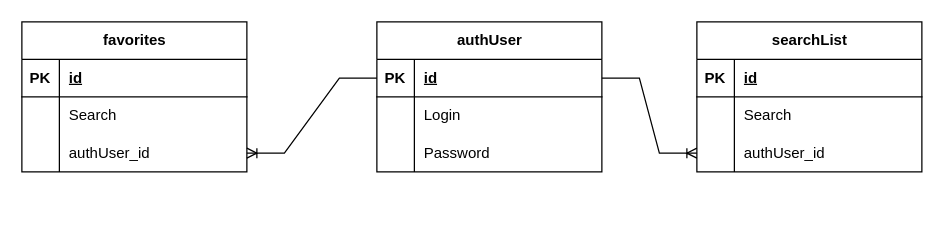
Earlier version of the draw.io diagram Diagram/diagram.drawio (EduardFromPol/YouTube_spa_api). Source tidied: cells renumbered, new cells numbered last; positions are measured from the earlier drawing's top-left corner, leaving out a move shared by most shapes. Both pictures are drawn from the tidied source at 125%, with x=0, y=0 at pixel (21, 21).
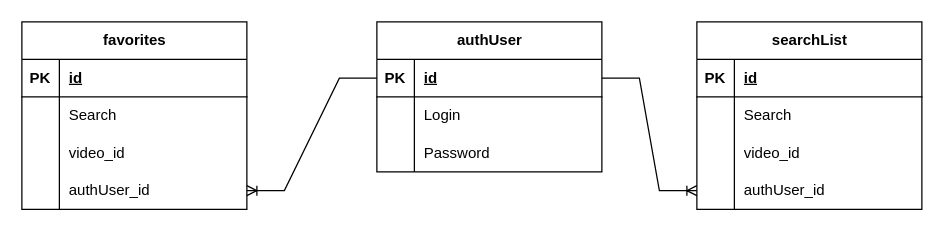
The same diagram, later.

The change refers to these unchanged cells:
```xml
<mxCell id="3" style="shape=tableRow;horizontal=0;startSize=0;swimlaneHead=0;swimlaneBody=0;fillColor=none;points=[[0,0.5],[1,0.5]];portConstraint=eastwest;top=0;left=0;right=0;bottom=1;" parent="2" vertex="1">
  <mxGeometry y="30" width="180" height="30" as="geometry" />
</mxCell>
<mxCell id="19" style="shape=tableRow;horizontal=0;startSize=0;swimlaneHead=0;swimlaneBody=0;fillColor=none;points=[[0,0.5],[1,0.5]];portConstraint=eastwest;top=0;left=0;right=0;bottom=0;" parent="12" vertex="1">
  <mxGeometry y="90" width="180" height="30" as="geometry" />
</mxCell>
<mxCell id="29" style="shape=tableRow;horizontal=0;startSize=0;swimlaneHead=0;swimlaneBody=0;fillColor=none;points=[[0,0.5],[1,0.5]];portConstraint=eastwest;top=0;left=0;right=0;bottom=0;" parent="22" vertex="1">
  <mxGeometry y="90" width="180" height="30" as="geometry" />
</mxCell>
```

Diff of the diagram source:
```diff
@@
     <mxCell id="12" value="searchList" style="shape=table;startSize=30;childLayout=tableLayout;rowLines=0;fontStyle=1;align=center;html=1;" parent="1" vertex="1">
-      <mxGeometry x="540" width="180" height="120" as="geometry" />
+      <mxGeometry x="540" width="180" height="150" as="geometry" />
     </mxCell>
@@
-    <mxCell id="21" value="authUser_id" style="shape=partialRectangle;fillColor=none;top=0;left=0;bottom=0;right=0;align=left;spacingLeft=6;overflow=hidden;whiteSpace=wrap;html=1;" parent="19" vertex="1">
+    <mxCell id="21" value="video_id" style="shape=partialRectangle;fillColor=none;top=0;left=0;bottom=0;right=0;align=left;spacingLeft=6;overflow=hidden;whiteSpace=wrap;html=1;" parent="19" vertex="1">
       <mxGeometry x="30" width="150" height="30" as="geometry" />
     </mxCell>
+    <mxCell id="34" style="shape=tableRow;horizontal=0;startSize=0;swimlaneHead=0;swimlaneBody=0;fillColor=none;points=[[0,0.5],[1,0.5]];portConstraint=eastwest;top=0;left=0;right=0;bottom=0;" parent="12" vertex="1">
+      <mxGeometry y="120" width="180" height="30" as="geometry" />
+    </mxCell>
+    <mxCell id="35" style="shape=partialRectangle;fillColor=none;top=0;left=0;bottom=0;right=0;overflow=hidden;whiteSpace=wrap;html=1;" parent="34" vertex="1">
+      <mxGeometry width="30" height="30" as="geometry" />
+    </mxCell>
+    <mxCell id="36" value="authUser_id" style="shape=partialRectangle;fillColor=none;top=0;left=0;bottom=0;right=0;align=left;spacingLeft=6;overflow=hidden;whiteSpace=wrap;html=1;" parent="34" vertex="1">
+      <mxGeometry x="30" width="150" height="30" as="geometry" />
+    </mxCell>
     <mxCell id="22" value="favorites" style="shape=table;startSize=30;childLayout=tableLayout;rowLines=0;fontStyle=1;align=center;html=1;" parent="1" vertex="1">
-      <mxGeometry width="180" height="120" as="geometry" />
+      <mxGeometry width="180" height="150" as="geometry" />
     </mxCell>
@@
-    <mxCell id="31" value="authUser_id" style="shape=partialRectangle;fillColor=none;top=0;left=0;bottom=0;right=0;align=left;spacingLeft=6;overflow=hidden;whiteSpace=wrap;html=1;" parent="29" vertex="1">
+    <mxCell id="31" value="video_id" style="shape=partialRectangle;fillColor=none;top=0;left=0;bottom=0;right=0;align=left;spacingLeft=6;overflow=hidden;whiteSpace=wrap;html=1;" parent="29" vertex="1">
       <mxGeometry x="30" width="150" height="30" as="geometry" />
     </mxCell>
+    <mxCell id="37" style="shape=tableRow;horizontal=0;startSize=0;swimlaneHead=0;swimlaneBody=0;fillColor=none;points=[[0,0.5],[1,0.5]];portConstraint=eastwest;top=0;left=0;right=0;bottom=0;" parent="22" vertex="1">
+      <mxGeometry y="120" width="180" height="30" as="geometry" />
+    </mxCell>
+    <mxCell id="38" style="shape=partialRectangle;fillColor=none;top=0;left=0;bottom=0;right=0;overflow=hidden;whiteSpace=wrap;html=1;" parent="37" vertex="1">
+      <mxGeometry width="30" height="30" as="geometry" />
+    </mxCell>
+    <mxCell id="39" value="authUser_id" style="shape=partialRectangle;fillColor=none;top=0;left=0;bottom=0;right=0;align=left;spacingLeft=6;overflow=hidden;whiteSpace=wrap;html=1;" parent="37" vertex="1">
+      <mxGeometry x="30" width="150" height="30" as="geometry" />
+    </mxCell>
-    <mxCell id="32" style="edgeStyle=entityRelationEdgeStyle;fontSize=12;html=1;endArrow=ERoneToMany;rounded=0;exitX=0;exitY=0.5;exitDx=0;exitDy=0;entryX=1;entryY=0.5;entryDx=0;entryDy=0;" parent="1" edge="1" source="3" target="29">
+    <mxCell id="32" style="edgeStyle=entityRelationEdgeStyle;fontSize=12;html=1;endArrow=ERoneToMany;rounded=0;exitX=0;exitY=0.5;exitDx=0;exitDy=0;" parent="1" edge="1" source="3" target="37">
       <mxGeometry relative="1" as="geometry" />
     </mxCell>
-    <mxCell id="33" style="edgeStyle=entityRelationEdgeStyle;fontSize=12;html=1;endArrow=ERoneToMany;rounded=0;" parent="1" edge="1" source="3" target="19">
+    <mxCell id="33" style="edgeStyle=entityRelationEdgeStyle;fontSize=12;html=1;endArrow=ERoneToMany;rounded=0;" parent="1" edge="1" source="3" target="34">
       <mxGeometry relative="1" as="geometry" />
     </mxCell>
```
